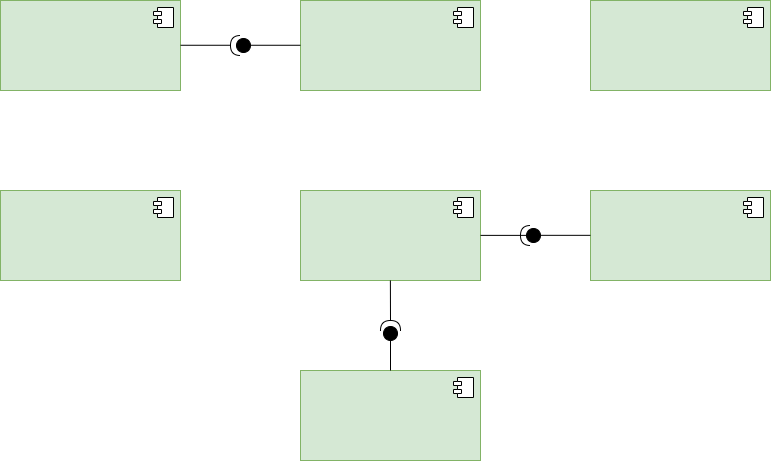
The draw.io diagram Communicating Architecture/UML Component Diagram/Component Diagram.png in smitbmx/Architecture-Diagrams, before a commit. Source tidied: cells renumbered, new cells last; positions are measured from the earlier drawing's top-left corner, leaving out a move shared by most shapes. Its diagram source:
```xml
<mxGraphModel>
  <root>
    <mxCell id="0" />
    <mxCell id="1" parent="0" />
    <mxCell id="2" value="&amp;nbsp;" style="html=1;fillColor=#d5e8d4;strokeColor=#82b366;" parent="1" vertex="1">
      <mxGeometry width="180" height="90" as="geometry" />
    </mxCell>
    <mxCell id="3" style="shape=module;jettyWidth=8;jettyHeight=4;" parent="2" vertex="1">
      <mxGeometry x="1" width="20" height="20" relative="1" as="geometry">
        <mxPoint x="-27" y="7" as="offset" />
      </mxGeometry>
    </mxCell>
    <mxCell id="4" value="&amp;nbsp;" style="html=1;fillColor=#d5e8d4;strokeColor=#82b366;" parent="1" vertex="1">
      <mxGeometry x="300" width="180" height="90" as="geometry" />
    </mxCell>
    <mxCell id="5" style="shape=module;jettyWidth=8;jettyHeight=4;" parent="4" vertex="1">
      <mxGeometry x="1" width="20" height="20" relative="1" as="geometry">
        <mxPoint x="-27" y="7" as="offset" />
      </mxGeometry>
    </mxCell>
    <mxCell id="6" value="&amp;nbsp;" style="html=1;fillColor=#d5e8d4;strokeColor=#82b366;" parent="1" vertex="1">
      <mxGeometry x="590" width="180" height="90" as="geometry" />
    </mxCell>
    <mxCell id="7" style="shape=module;jettyWidth=8;jettyHeight=4;" parent="6" vertex="1">
      <mxGeometry x="1" width="20" height="20" relative="1" as="geometry">
        <mxPoint x="-27" y="7" as="offset" />
      </mxGeometry>
    </mxCell>
    <mxCell id="8" value="&amp;nbsp;" style="html=1;fillColor=#d5e8d4;strokeColor=#82b366;" parent="1" vertex="1">
      <mxGeometry y="190" width="180" height="90" as="geometry" />
    </mxCell>
    <mxCell id="9" style="shape=module;jettyWidth=8;jettyHeight=4;" parent="8" vertex="1">
      <mxGeometry x="1" width="20" height="20" relative="1" as="geometry">
        <mxPoint x="-27" y="7" as="offset" />
      </mxGeometry>
    </mxCell>
    <mxCell id="10" value="&amp;nbsp;" style="html=1;fillColor=#d5e8d4;strokeColor=#82b366;" parent="1" vertex="1">
      <mxGeometry x="300" y="190" width="180" height="90" as="geometry" />
    </mxCell>
    <mxCell id="11" style="shape=module;jettyWidth=8;jettyHeight=4;" parent="10" vertex="1">
      <mxGeometry x="1" width="20" height="20" relative="1" as="geometry">
        <mxPoint x="-27" y="7" as="offset" />
      </mxGeometry>
    </mxCell>
    <mxCell id="12" value="&amp;nbsp;" style="html=1;fillColor=#d5e8d4;strokeColor=#82b366;" parent="1" vertex="1">
      <mxGeometry x="590" y="190" width="180" height="90" as="geometry" />
    </mxCell>
    <mxCell id="13" style="shape=module;jettyWidth=8;jettyHeight=4;" parent="12" vertex="1">
      <mxGeometry x="1" width="20" height="20" relative="1" as="geometry">
        <mxPoint x="-27" y="7" as="offset" />
      </mxGeometry>
    </mxCell>
    <mxCell id="14" value="&amp;nbsp;" style="html=1;fillColor=#d5e8d4;strokeColor=#82b366;" parent="1" vertex="1">
      <mxGeometry x="300" y="370" width="180" height="90" as="geometry" />
    </mxCell>
    <mxCell id="15" style="shape=module;jettyWidth=8;jettyHeight=4;" parent="14" vertex="1">
      <mxGeometry x="1" width="20" height="20" relative="1" as="geometry">
        <mxPoint x="-27" y="7" as="offset" />
      </mxGeometry>
    </mxCell>
    <mxCell id="16" style="shape=providedRequiredInterface;html=1;verticalLabelPosition=bottom;rotation=-90;fillColor=#000000;" parent="1" vertex="1">
      <mxGeometry x="380" y="320" width="20" height="20" as="geometry" />
    </mxCell>
    <mxCell id="17" style="shape=providedRequiredInterface;html=1;verticalLabelPosition=bottom;rotation=-180;fillColor=#000000;" parent="1" vertex="1">
      <mxGeometry x="520" y="225" width="20" height="20" as="geometry" />
    </mxCell>
    <mxCell id="18" style="shape=providedRequiredInterface;html=1;verticalLabelPosition=bottom;rotation=-180;fillColor=#000000;" parent="1" vertex="1">
      <mxGeometry x="230" y="35" width="20" height="20" as="geometry" />
    </mxCell>
    <mxCell id="19" style="endArrow=none;html=1;" parent="1" edge="1">
      <mxGeometry relative="1" as="geometry">
        <mxPoint x="180" y="44.8" as="sourcePoint" />
        <mxPoint x="230" y="44.8" as="targetPoint" />
      </mxGeometry>
    </mxCell>
    <mxCell id="20" style="endArrow=none;html=1;" parent="1" edge="1">
      <mxGeometry relative="1" as="geometry">
        <mxPoint x="250" y="44.8" as="sourcePoint" />
        <mxPoint x="300" y="44.8" as="targetPoint" />
      </mxGeometry>
    </mxCell>
    <mxCell id="21" style="endArrow=none;html=1;" parent="1" edge="1">
      <mxGeometry relative="1" as="geometry">
        <mxPoint x="480" y="234.9" as="sourcePoint" />
        <mxPoint x="530" y="234.9" as="targetPoint" />
      </mxGeometry>
    </mxCell>
    <mxCell id="22" style="endArrow=none;html=1;" parent="1" edge="1">
      <mxGeometry relative="1" as="geometry">
        <mxPoint x="540" y="234.8" as="sourcePoint" />
        <mxPoint x="590" y="234.8" as="targetPoint" />
      </mxGeometry>
    </mxCell>
    <mxCell id="23" style="endArrow=none;html=1;" parent="1" edge="1">
      <mxGeometry relative="1" as="geometry">
        <mxPoint x="390" y="320" as="sourcePoint" />
        <mxPoint x="389.9" y="280" as="targetPoint" />
      </mxGeometry>
    </mxCell>
    <mxCell id="24" style="endArrow=none;html=1;" parent="1" edge="1">
      <mxGeometry relative="1" as="geometry">
        <mxPoint x="390" y="370" as="sourcePoint" />
        <mxPoint x="390" y="340" as="targetPoint" />
      </mxGeometry>
    </mxCell>
  </root>
</mxGraphModel>
```
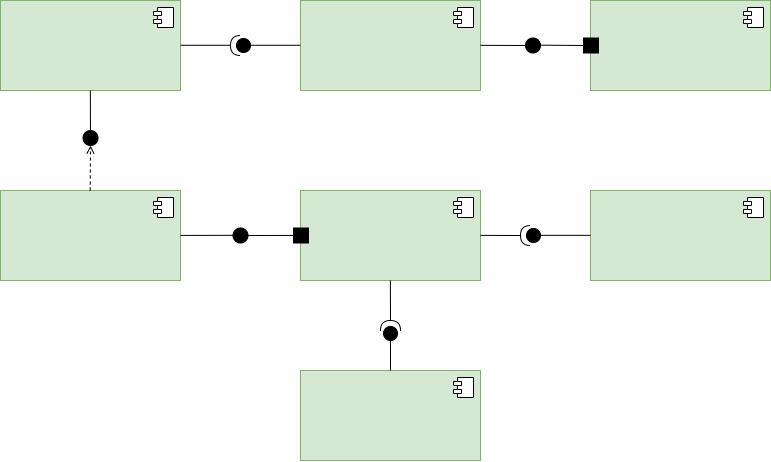
After the change.

What changed in the source:
```diff
@@ -82,7 +82,7 @@
     <mxCell id="21" style="endArrow=none;html=1;" parent="1" edge="1">
       <mxGeometry relative="1" as="geometry">
         <mxPoint x="480" y="234.9" as="sourcePoint" />
-        <mxPoint x="530" y="234.9" as="targetPoint" />
+        <mxPoint x="520" y="235" as="targetPoint" />
       </mxGeometry>
     </mxCell>
     <mxCell id="22" style="endArrow=none;html=1;" parent="1" edge="1">
@@ -103,5 +103,52 @@
         <mxPoint x="390" y="340" as="targetPoint" />
       </mxGeometry>
     </mxCell>
+    <mxCell id="25" style="whiteSpace=wrap;html=1;fillColor=#000000;" parent="1" vertex="1">
+      <mxGeometry x="583" y="37.5" width="15" height="15" as="geometry" />
+    </mxCell>
+    <mxCell id="26" style="whiteSpace=wrap;html=1;fillColor=#000000;" parent="1" vertex="1">
+      <mxGeometry x="293" y="227.5" width="15" height="15" as="geometry" />
+    </mxCell>
+    <mxCell id="27" style="ellipse;whiteSpace=wrap;html=1;fillColor=#000000;" parent="1" vertex="1">
+      <mxGeometry x="525" y="37.5" width="15" height="15" as="geometry" />
+    </mxCell>
+    <mxCell id="28" style="ellipse;whiteSpace=wrap;html=1;fillColor=#000000;" parent="1" vertex="1">
+      <mxGeometry x="232.5" y="227.5" width="15" height="15" as="geometry" />
+    </mxCell>
+    <mxCell id="29" style="endArrow=none;html=1;entryX=0;entryY=0.5;entryDx=0;entryDy=0;" parent="1" edge="1" target="25">
+      <mxGeometry relative="1" as="geometry">
+        <mxPoint x="540" y="44.7" as="sourcePoint" />
+      </mxGeometry>
+    </mxCell>
+    <mxCell id="30" style="endArrow=none;html=1;entryX=0;entryY=0.5;entryDx=0;entryDy=0;" parent="1" edge="1" target="27">
+      <mxGeometry relative="1" as="geometry">
+        <mxPoint x="480" y="44.8" as="sourcePoint" />
+      </mxGeometry>
+    </mxCell>
+    <mxCell id="31" style="endArrow=none;html=1;entryX=0;entryY=0.5;entryDx=0;entryDy=0;exitX=1;exitY=0.5;exitDx=0;exitDy=0;" parent="1" edge="1" source="28">
+      <mxGeometry relative="1" as="geometry">
+        <mxPoint x="300" y="234.9" as="targetPoint" />
+      </mxGeometry>
+    </mxCell>
+    <mxCell id="32" style="endArrow=none;html=1;entryX=0;entryY=0.5;entryDx=0;entryDy=0;exitX=1;exitY=0.5;exitDx=0;exitDy=0;" parent="1" edge="1">
+      <mxGeometry relative="1" as="geometry">
+        <mxPoint x="180" y="234.9" as="sourcePoint" />
+        <mxPoint x="232.5" y="234.8" as="targetPoint" />
+      </mxGeometry>
+    </mxCell>
+    <mxCell id="33" style="ellipse;whiteSpace=wrap;html=1;fillColor=#000000;" parent="1" vertex="1">
+      <mxGeometry x="82.5" y="130" width="15" height="15" as="geometry" />
+    </mxCell>
+    <mxCell id="34" style="endArrow=none;html=1;" parent="1" edge="1">
+      <mxGeometry relative="1" as="geometry">
+        <mxPoint x="89.9" y="130" as="sourcePoint" />
+        <mxPoint x="89.8" y="90" as="targetPoint" />
+      </mxGeometry>
+    </mxCell>
+    <mxCell id="35" style="endArrow=open;dashed=1;html=1;entryX=0.5;entryY=1;entryDx=0;entryDy=0;endFill=0;" parent="1" edge="1" target="33">
+      <mxGeometry relative="1" as="geometry">
+        <mxPoint x="89.7" y="190" as="sourcePoint" />
+      </mxGeometry>
+    </mxCell>
   </root>
 </mxGraphModel>
```
